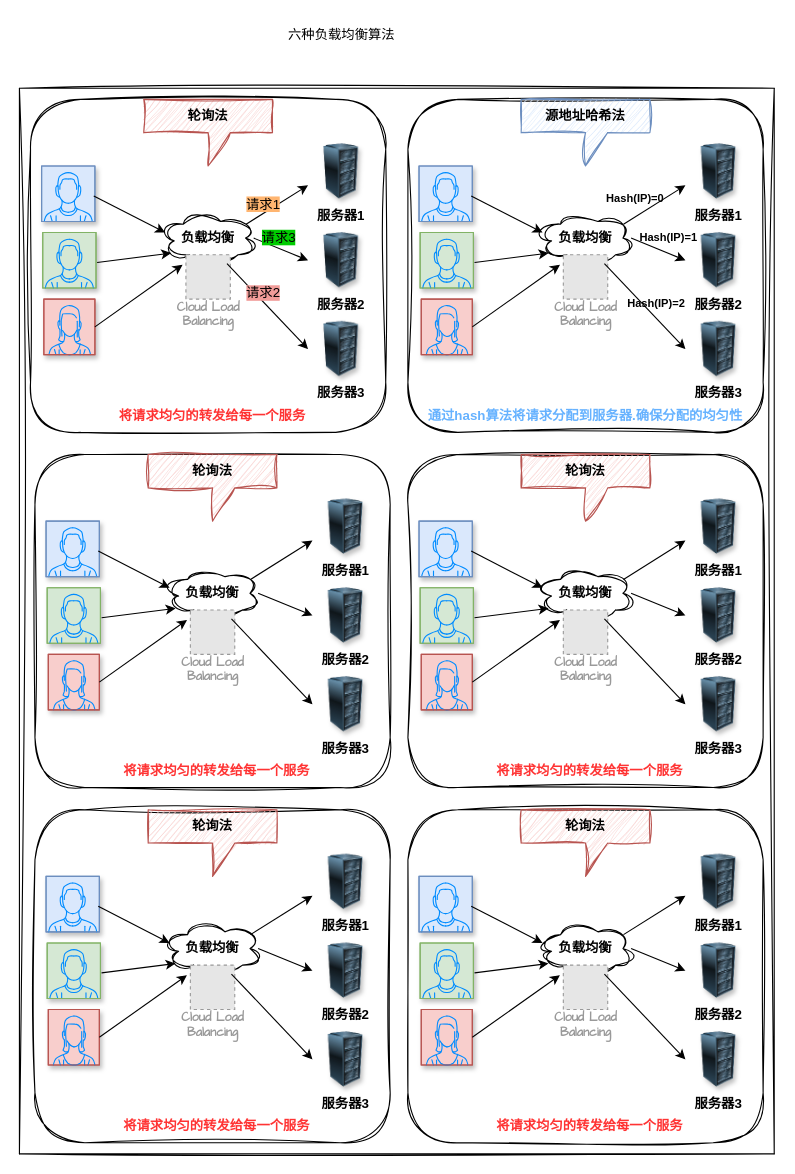
Earlier version of the draw.io diagram image-text/六种负载均衡算法.drawio (Rodert/javapub_oss). Source tidied: cells renumbered, new cells numbered last; positions are measured from the earlier drawing's top-left corner, leaving out a move shared by most shapes. Both pictures are drawn from the tidied source at 111%, with x=0, y=0 at pixel (19, 19). Pictures stored in the file or linked from it are replaced by grey dashed boxes.
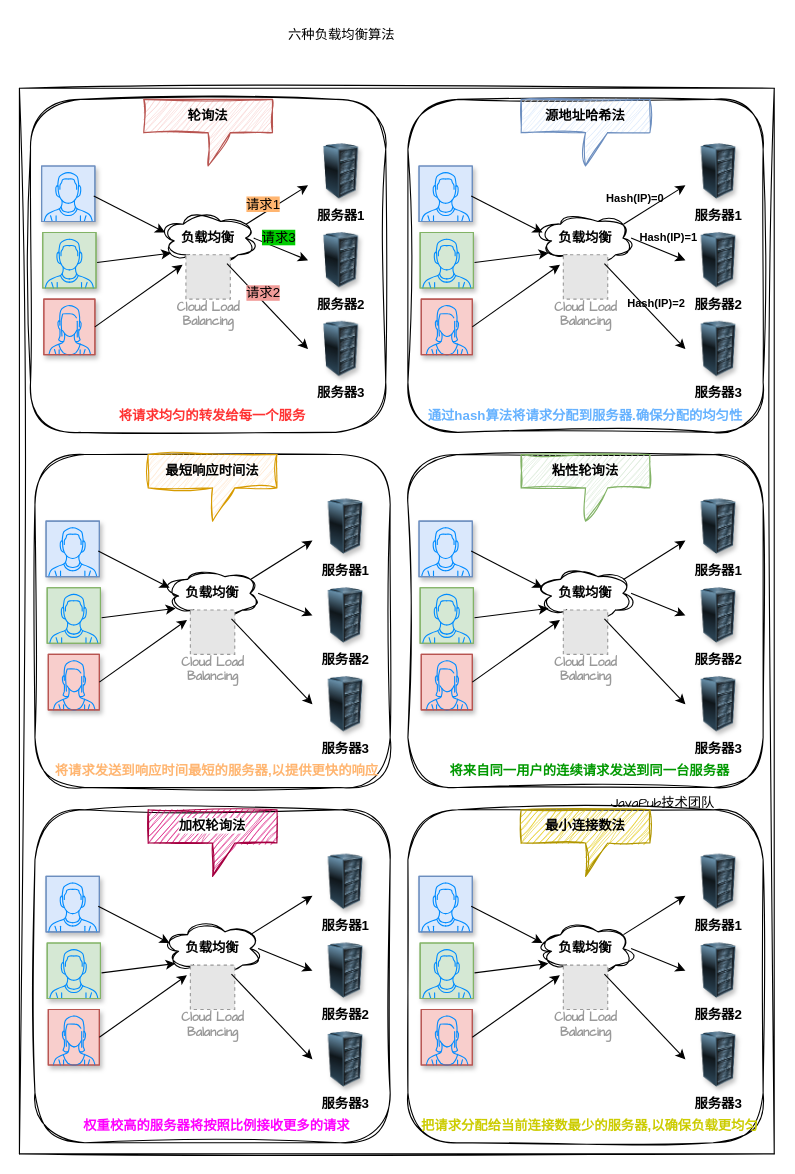
After the change.

Commit message (it also covers changes not shown here):
更新六种负载均衡算法.drawio

Change to the diagram source:
```diff
@@
-    <mxCell id="48" value="&lt;font face=&quot;Helvetica&quot;&gt;&lt;b&gt;轮询法&lt;/b&gt;&lt;/font&gt;" style="shape=callout;whiteSpace=wrap;html=1;perimeter=calloutPerimeter;hachureGap=4;fontFamily=Architects Daughter;fillColor=#f8cecc;strokeColor=#b85450;sketch=1;curveFitting=1;jiggle=2;shadow=0;rounded=0;" parent="1" vertex="1">
+    <mxCell id="48" value="&lt;font face=&quot;Helvetica&quot;&gt;&lt;b&gt;最短响应时间法&lt;/b&gt;&lt;/font&gt;" style="shape=callout;whiteSpace=wrap;html=1;perimeter=calloutPerimeter;hachureGap=4;fontFamily=Architects Daughter;fillColor=#ffe6cc;strokeColor=#d79b00;sketch=1;curveFitting=1;jiggle=2;shadow=0;rounded=0;" parent="1" vertex="1">
       <mxGeometry x="116" y="392" width="116" height="60" as="geometry" />
     </mxCell>
@@
-    <mxCell id="63" value="&lt;b&gt;&lt;font color=&quot;#ff3333&quot; face=&quot;Helvetica&quot;&gt;将请求均匀的转发给每一个服务&lt;/font&gt;&lt;/b&gt;" style="text;html=1;align=center;verticalAlign=middle;whiteSpace=wrap;rounded=0;fontFamily=Architects Daughter;" parent="1" vertex="1">
+    <mxCell id="63" value="&lt;div&gt;&lt;span style=&quot;white-space: pre;&quot; class=&quot;text-only&quot;&gt;&lt;b&gt;&lt;font color=&quot;#ffb570&quot; face=&quot;Helvetica&quot;&gt;将请求发送到响应时间最短的服务器,以提供更快的响应&lt;/font&gt;&lt;/b&gt;&lt;/span&gt;&lt;/div&gt;" style="text;html=1;align=center;verticalAlign=middle;whiteSpace=wrap;rounded=0;fontFamily=Architects Daughter;" parent="1" vertex="1">
       <mxGeometry x="89" y="662" width="178" height="30" as="geometry" />
     </mxCell>
@@
-    <mxCell id="68" value="&lt;font face=&quot;Helvetica&quot;&gt;&lt;b&gt;轮询法&lt;/b&gt;&lt;/font&gt;" style="shape=callout;whiteSpace=wrap;html=1;perimeter=calloutPerimeter;hachureGap=4;fontFamily=Architects Daughter;fillColor=#f8cecc;strokeColor=#b85450;sketch=1;curveFitting=1;jiggle=2;shadow=0;rounded=0;" parent="1" vertex="1">
+    <mxCell id="68" value="&lt;font face=&quot;Helvetica&quot;&gt;&lt;b&gt;粘性轮询法&lt;/b&gt;&lt;/font&gt;" style="shape=callout;whiteSpace=wrap;html=1;perimeter=calloutPerimeter;hachureGap=4;fontFamily=Architects Daughter;fillColor=#d5e8d4;strokeColor=#82b366;sketch=1;curveFitting=1;jiggle=2;shadow=0;rounded=0;" parent="1" vertex="1">
       <mxGeometry x="452" y="392" width="116" height="60" as="geometry" />
     </mxCell>
@@
-    <mxCell id="83" value="&lt;b&gt;&lt;font color=&quot;#ff3333&quot; face=&quot;Helvetica&quot;&gt;将请求均匀的转发给每一个服务&lt;/font&gt;&lt;/b&gt;" style="text;html=1;align=center;verticalAlign=middle;whiteSpace=wrap;rounded=0;fontFamily=Architects Daughter;" parent="1" vertex="1">
+    <mxCell id="83" value="&lt;div&gt;&lt;span style=&quot;white-space: pre;&quot; class=&quot;text-only&quot;&gt;&lt;b&gt;&lt;font color=&quot;#009900&quot; face=&quot;Helvetica&quot;&gt;将来自同一用户的连续请求发送到同一台服务器&lt;/font&gt;&lt;/b&gt;&lt;/span&gt;&lt;/div&gt;" style="text;html=1;align=center;verticalAlign=middle;whiteSpace=wrap;rounded=0;fontFamily=Architects Daughter;" parent="1" vertex="1">
       <mxGeometry x="425" y="662" width="178" height="30" as="geometry" />
     </mxCell>
@@
-    <mxCell id="88" value="&lt;font face=&quot;Helvetica&quot;&gt;&lt;b&gt;轮询法&lt;/b&gt;&lt;/font&gt;" style="shape=callout;whiteSpace=wrap;html=1;perimeter=calloutPerimeter;hachureGap=4;fontFamily=Architects Daughter;fillColor=#f8cecc;strokeColor=#b85450;sketch=1;curveFitting=1;jiggle=2;shadow=0;rounded=0;" parent="1" vertex="1">
+    <mxCell id="88" value="&lt;font color=&quot;#000000&quot; face=&quot;Helvetica&quot;&gt;&lt;b style=&quot;background-color: rgb(255, 255, 255);&quot;&gt;加权轮询法&lt;/b&gt;&lt;/font&gt;" style="shape=callout;whiteSpace=wrap;html=1;perimeter=calloutPerimeter;hachureGap=4;fontFamily=Architects Daughter;fillColor=#d80073;strokeColor=#A50040;sketch=1;curveFitting=1;jiggle=2;shadow=0;rounded=0;fontColor=#ffffff;" parent="1" vertex="1">
       <mxGeometry x="116" y="712" width="116" height="60" as="geometry" />
     </mxCell>
@@
-    <mxCell id="103" value="&lt;b&gt;&lt;font color=&quot;#ff3333&quot; face=&quot;Helvetica&quot;&gt;将请求均匀的转发给每一个服务&lt;/font&gt;&lt;/b&gt;" style="text;html=1;align=center;verticalAlign=middle;whiteSpace=wrap;rounded=0;fontFamily=Architects Daughter;" parent="1" vertex="1">
+    <mxCell id="103" value="&lt;div&gt;&lt;span style=&quot;white-space: pre;&quot; class=&quot;text-only&quot;&gt;&lt;b&gt;&lt;font color=&quot;#ff00ff&quot; face=&quot;Helvetica&quot;&gt;权重校高的服务器将按照比例接收更多的请求&lt;/font&gt;&lt;/b&gt;&lt;/span&gt;&lt;/div&gt;" style="text;html=1;align=center;verticalAlign=middle;whiteSpace=wrap;rounded=0;fontFamily=Architects Daughter;" parent="1" vertex="1">
       <mxGeometry x="89" y="982" width="178" height="30" as="geometry" />
     </mxCell>
@@
-    <mxCell id="108" value="&lt;font face=&quot;Helvetica&quot;&gt;&lt;b&gt;轮询法&lt;/b&gt;&lt;/font&gt;" style="shape=callout;whiteSpace=wrap;html=1;perimeter=calloutPerimeter;hachureGap=4;fontFamily=Architects Daughter;fillColor=#f8cecc;strokeColor=#b85450;sketch=1;curveFitting=1;jiggle=2;shadow=0;rounded=0;" parent="1" vertex="1">
+    <mxCell id="108" value="&lt;font face=&quot;Helvetica&quot;&gt;&lt;b&gt;最小连接数法&lt;/b&gt;&lt;/font&gt;" style="shape=callout;whiteSpace=wrap;html=1;perimeter=calloutPerimeter;hachureGap=4;fontFamily=Architects Daughter;fillColor=#e3c800;strokeColor=#B09500;sketch=1;curveFitting=1;jiggle=2;shadow=0;rounded=0;fontColor=#000000;" parent="1" vertex="1">
       <mxGeometry x="452" y="712" width="116" height="60" as="geometry" />
     </mxCell>
@@
-    <mxCell id="123" value="&lt;b&gt;&lt;font color=&quot;#ff3333&quot; face=&quot;Helvetica&quot;&gt;将请求均匀的转发给每一个服务&lt;/font&gt;&lt;/b&gt;" style="text;html=1;align=center;verticalAlign=middle;whiteSpace=wrap;rounded=0;fontFamily=Architects Daughter;" parent="1" vertex="1">
+    <mxCell id="123" value="&lt;div&gt;&lt;span style=&quot;white-space: pre;&quot; class=&quot;text-only&quot;&gt;&lt;font face=&quot;Helvetica&quot; color=&quot;#cccc00&quot;&gt;&lt;b&gt;把请求分配给当前连接数最少的服务器,以确保负载更均匀&lt;/b&gt;&lt;/font&gt;&lt;/span&gt;&lt;/div&gt;" style="text;html=1;align=center;verticalAlign=middle;whiteSpace=wrap;rounded=0;fontFamily=Architects Daughter;" parent="1" vertex="1">
       <mxGeometry x="425" y="982" width="178" height="30" as="geometry" />
     </mxCell>
@@
+    <mxCell id="133" value="JavaPub技术团队" style="text;html=1;align=center;verticalAlign=middle;whiteSpace=wrap;rounded=0;fontFamily=Architects Daughter;" parent="1" vertex="1">
+      <mxGeometry x="530" y="702" width="100" height="10" as="geometry" />
+    </mxCell>
```
